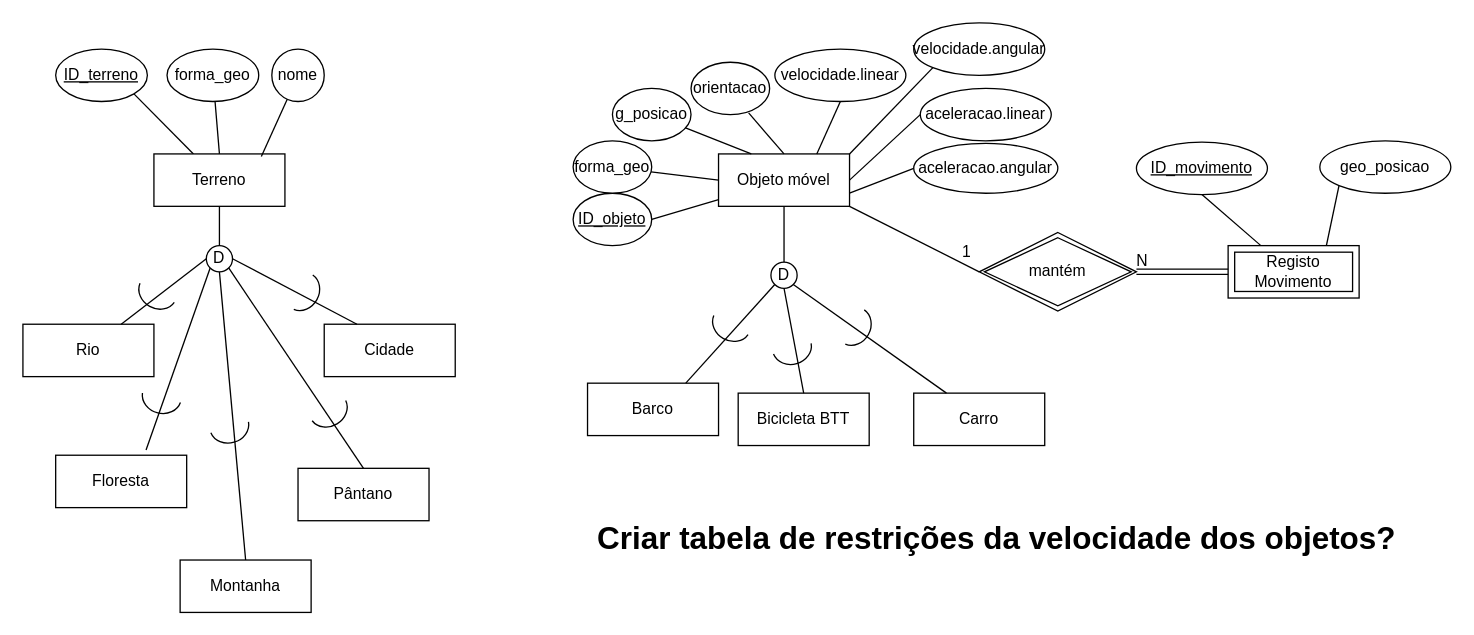
The draw.io diagram 03_Trabalhos/ModeloEA.drawio in joaoRocha47196/CSI_repo, before the edit. Source tidied: cells renumbered, new cells numbered last; positions are measured from the earlier drawing's top-left corner, leaving out a move shared by most shapes. Both pictures are drawn from the tidied source at 131%, with x=0, y=0 at pixel (22, 22).
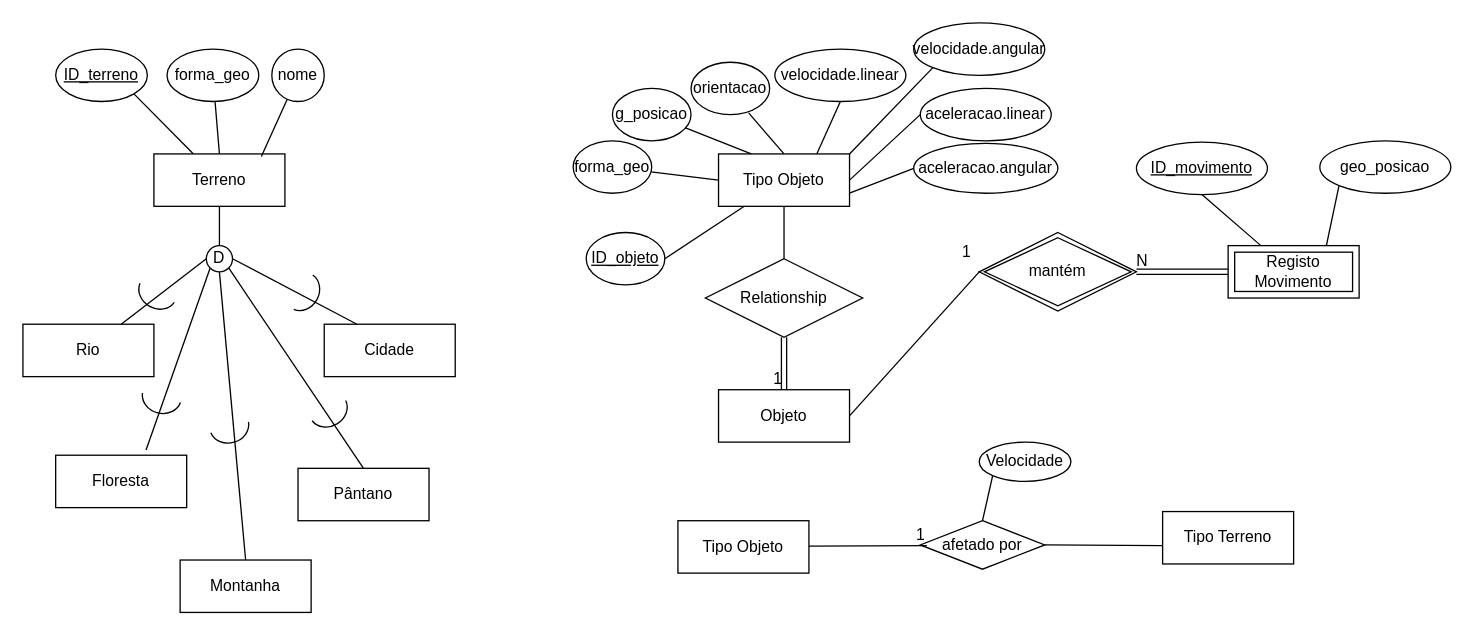
Above is the later version.

The change refers to these unchanged cells:
```xml
<mxCell id="58" value="mantém" style="shape=rhombus;double=1;perimeter=rhombusPerimeter;whiteSpace=wrap;html=1;align=center;" parent="1" vertex="1">
  <mxGeometry x="730" y="160" width="120" height="60" as="geometry" />
</mxCell>
```

What changed in the source:
```diff
@@
     <mxCell id="27" value="&lt;u&gt;ID_objeto&lt;/u&gt;" style="ellipse;whiteSpace=wrap;html=1;align=center;" parent="1" vertex="1">
-      <mxGeometry x="420" y="130" width="60" height="40" as="geometry" />
+      <mxGeometry x="430" y="160" width="60" height="40" as="geometry" />
     </mxCell>
-    <mxCell id="28" value="Objeto móvel" style="whiteSpace=wrap;html=1;align=center;" parent="1" vertex="1">
+    <mxCell id="28" value="Tipo Objeto" style="whiteSpace=wrap;html=1;align=center;" parent="1" vertex="1">
       <mxGeometry x="531" y="100" width="100" height="40" as="geometry" />
     </mxCell>
-    <mxCell id="29" value="Barco" style="whiteSpace=wrap;html=1;align=center;" parent="1" vertex="1">
-      <mxGeometry x="431" y="275" width="100" height="40" as="geometry" />
-    </mxCell>
-    <mxCell id="30" value="Carro" style="whiteSpace=wrap;html=1;align=center;" parent="1" vertex="1">
-      <mxGeometry x="680" y="282.6" width="100" height="40" as="geometry" />
-    </mxCell>
-    <mxCell id="31" value="Bicicleta BTT" style="whiteSpace=wrap;html=1;align=center;" parent="1" vertex="1">
-      <mxGeometry x="546" y="282.6" width="100" height="40" as="geometry" />
+    <mxCell id="31" value="Objeto" style="whiteSpace=wrap;html=1;align=center;" parent="1" vertex="1">
+      <mxGeometry x="531" y="280" width="100" height="40" as="geometry" />
     </mxCell>
@@
-    <mxCell id="36" value="D" style="ellipse;whiteSpace=wrap;html=1;" parent="1" vertex="1">
-      <mxGeometry x="571" y="182.6" width="20" height="20" as="geometry" />
-    </mxCell>
-    <mxCell id="37" style="endArrow=none;html=1;rounded=0;entryX=0.5;entryY=1;entryDx=0;entryDy=0;exitX=0.5;exitY=0;exitDx=0;exitDy=0;" parent="1" edge="1" source="36" target="28">
-      <mxGeometry relative="1" as="geometry" />
+    <mxCell id="37" style="endArrow=none;html=1;rounded=0;entryX=0.5;entryY=1;entryDx=0;entryDy=0;exitX=0.5;exitY=0;exitDx=0;exitDy=0;" parent="1" edge="1" target="28">
+      <mxGeometry relative="1" as="geometry">
+        <mxPoint x="581" y="182.6" as="sourcePoint" />
+      </mxGeometry>
     </mxCell>
-    <mxCell id="38" style="endArrow=none;html=1;rounded=0;exitX=0.75;exitY=0;exitDx=0;exitDy=0;entryX=0;entryY=1;entryDx=0;entryDy=0;fontSize=12;fillColor=default;" parent="1" edge="1" source="29" target="36">
-      <mxGeometry relative="1" as="geometry" />
-    </mxCell>
-    <mxCell id="39" style="endArrow=none;html=1;rounded=0;exitX=0.25;exitY=0;exitDx=0;exitDy=0;entryX=1;entryY=1;entryDx=0;entryDy=0;" parent="1" edge="1" source="30" target="36">
-      <mxGeometry relative="1" as="geometry" />
-    </mxCell>
-    <mxCell id="40" style="endArrow=none;html=1;rounded=0;entryX=0.5;entryY=1;entryDx=0;entryDy=0;exitX=0.5;exitY=0;exitDx=0;exitDy=0;" parent="1" edge="1" source="31" target="36">
-      <mxGeometry relative="1" as="geometry" />
-    </mxCell>
-    <mxCell id="41" style="verticalLabelPosition=bottom;verticalAlign=top;html=1;shape=mxgraph.basic.arc;startAngle=0.510737392138477;endAngle=0.9826613490349582;rotation=-105;" parent="1" vertex="1">
-      <mxGeometry x="574" y="232.6" width="26" height="30" as="geometry" />
-    </mxCell>
-    <mxCell id="42" style="verticalLabelPosition=bottom;verticalAlign=top;html=1;shape=mxgraph.basic.arc;startAngle=0.510737392138477;endAngle=0.9826613490349582;rotation=-150;" parent="1" vertex="1">
-      <mxGeometry x="621" y="216.6" width="26" height="30" as="geometry" />
-    </mxCell>
-    <mxCell id="43" style="verticalLabelPosition=bottom;verticalAlign=middle;html=1;shape=mxgraph.basic.arc;startAngle=0.510737392138477;endAngle=0.9826613490349582;rotation=-60;" parent="1" vertex="1">
-      <mxGeometry x="528" y="214.6" width="26" height="30" as="geometry" />
-    </mxCell>
@@
-    <mxCell id="54" style="endArrow=none;html=1;rounded=0;exitX=1;exitY=1;exitDx=0;exitDy=0;entryX=0;entryY=0.5;entryDx=0;entryDy=0;" parent="1" edge="1" source="28" target="58">
+    <mxCell id="54" style="endArrow=none;html=1;rounded=0;exitX=1;exitY=0.5;exitDx=0;exitDy=0;entryX=0;entryY=0.5;entryDx=0;entryDy=0;" parent="1" edge="1" source="31" target="58">
       <mxGeometry relative="1" as="geometry" />
     </mxCell>
@@
-    <mxCell id="64" value="Criar tabela de restrições da velocidade dos objetos?" style="text;strokeColor=none;fillColor=none;html=1;fontSize=24;fontStyle=1;verticalAlign=middle;align=center;" parent="1" vertex="1">
-      <mxGeometry x="685" y="374" width="116" height="40" as="geometry" />
-    </mxCell>
+    <mxCell id="65" value="Relationship" style="shape=rhombus;perimeter=rhombusPerimeter;whiteSpace=wrap;html=1;align=center;" parent="1" vertex="1">
+      <mxGeometry x="521" y="180" width="120" height="60" as="geometry" />
+    </mxCell>
+    <mxCell id="66" style="shape=link;html=1;rounded=0;entryX=0.5;entryY=0;entryDx=0;entryDy=0;exitX=0.5;exitY=1;exitDx=0;exitDy=0;" parent="1" edge="1" source="65" target="31">
+      <mxGeometry relative="1" as="geometry" />
+    </mxCell>
+    <mxCell id="67" value="1" style="html=1;whiteSpace=wrap;align=right;verticalAlign=bottom;" parent="66" vertex="1">
+      <mxGeometry x="1" relative="1" as="geometry" />
+    </mxCell>
+    <mxCell id="68" value="Tipo Objeto" style="whiteSpace=wrap;html=1;align=center;" parent="1" vertex="1">
+      <mxGeometry x="500" y="380" width="100" height="40" as="geometry" />
+    </mxCell>
+    <mxCell id="69" value="afetado por" style="shape=rhombus;perimeter=rhombusPerimeter;whiteSpace=wrap;html=1;align=center;" parent="1" vertex="1">
+      <mxGeometry x="685" y="380" width="95" height="37" as="geometry" />
+    </mxCell>
+    <mxCell id="70" value="Tipo Terreno" style="whiteSpace=wrap;html=1;align=center;" parent="1" vertex="1">
+      <mxGeometry x="870" y="373" width="100" height="40" as="geometry" />
+    </mxCell>
+    <mxCell id="71" style="endArrow=none;html=1;rounded=0;" parent="1" edge="1">
+      <mxGeometry relative="1" as="geometry">
+        <mxPoint x="600" y="399.4" as="sourcePoint" />
+        <mxPoint x="690" y="399" as="targetPoint" />
+      </mxGeometry>
+    </mxCell>
+    <mxCell id="72" value="1" style="html=1;whiteSpace=wrap;align=right;verticalAlign=bottom;" parent="71" vertex="1">
+      <mxGeometry x="1" relative="1" as="geometry" />
+    </mxCell>
+    <mxCell id="73" style="endArrow=none;html=1;rounded=0;exitX=1;exitY=0.5;exitDx=0;exitDy=0;" parent="1" edge="1" source="69">
+      <mxGeometry relative="1" as="geometry">
+        <mxPoint x="870" y="399" as="targetPoint" />
+      </mxGeometry>
+    </mxCell>
+    <mxCell id="74" value="Velocidade" style="ellipse;whiteSpace=wrap;html=1;align=center;" parent="1" vertex="1">
+      <mxGeometry x="730" y="320" width="70" height="30" as="geometry" />
+    </mxCell>
+    <mxCell id="75" style="endArrow=none;html=1;rounded=0;entryX=0;entryY=1;entryDx=0;entryDy=0;exitX=0.5;exitY=0;exitDx=0;exitDy=0;" parent="1" edge="1" source="69" target="74">
+      <mxGeometry relative="1" as="geometry" />
+    </mxCell>
```
